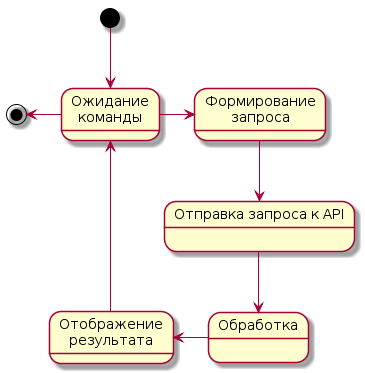
Earlier version of the PlantUML export docs/diagrams/state.png (ussur/s-mart).
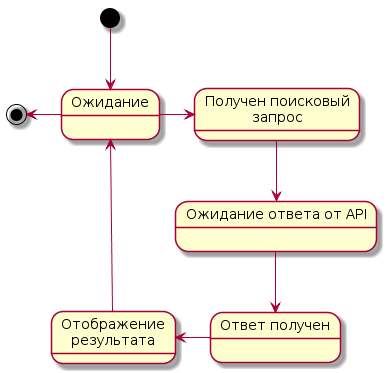
Later version of the same file.

Diff of the diagram source:
```diff
@@ -1,8 +1,8 @@
 @startuml
-state "Ожидание\nкоманды" as idle
-state "Формирование\nзапроса" as search
-state "Отправка запроса к API" as wait
-state "Обработка" as resp
+state "Ожидание" as idle
+state "Получен поисковый\nзапрос" as search
+state "Ожидание ответа от API" as wait
+state "Ответ получен" as resp
 state "Отображение\nрезультата" as res
 
 [*] --> idle
```
